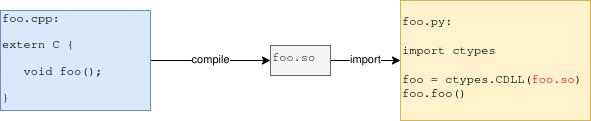
Earlier version of the draw.io export figures/Ctypes_schema.png (W1therhunter/tum-thesis-latex). Source tidied: cells renumbered, new cells last; positions are measured from the earlier drawing's top-left corner, leaving out a move shared by most shapes. The source it was exported from:
```xml
<mxGraphModel>
  <root>
    <mxCell id="0" />
    <mxCell id="1" parent="0" />
    <mxCell id="2" value="compile" style="edgeStyle=orthogonalEdgeStyle;rounded=0;jettySize=auto;html=1;" parent="1" edge="1" source="3" target="5">
      <mxGeometry relative="1" as="geometry" />
    </mxCell>
    <mxCell id="3" value="&lt;pre&gt;foo.cpp:&lt;/pre&gt;&lt;pre&gt;extern C {&lt;/pre&gt;&lt;pre&gt;   void foo();&lt;br&gt;&lt;/pre&gt;&lt;pre&gt;}&lt;/pre&gt;" style="rounded=0;whiteSpace=wrap;html=1;align=left;fillColor=#dae8fc;strokeColor=#6c8ebf;" parent="1" vertex="1">
      <mxGeometry y="10" width="150" height="100" as="geometry" />
    </mxCell>
    <mxCell id="4" value="import" style="edgeStyle=orthogonalEdgeStyle;rounded=0;jettySize=auto;html=1;" parent="1" edge="1" source="5" target="6">
      <mxGeometry relative="1" as="geometry" />
    </mxCell>
    <mxCell id="5" value="&lt;pre&gt;foo.so&lt;/pre&gt;" style="whiteSpace=wrap;html=1;align=left;rounded=0;fillColor=#f5f5f5;strokeColor=#666666;fontColor=#333333;" parent="1" vertex="1">
      <mxGeometry x="270" y="45" width="60" height="30" as="geometry" />
    </mxCell>
    <mxCell id="6" value="&lt;pre&gt;foo.py:&lt;br&gt;&lt;br&gt;import ctypes&lt;br&gt;&lt;br&gt;foo = ctypes.CDLL(&lt;font style=&quot;color: rgb(255, 0, 0);&quot;&gt;foo.so&lt;/font&gt;)&lt;br&gt;foo.foo()&lt;/pre&gt;" style="whiteSpace=wrap;html=1;align=left;rounded=0;fillColor=#fff2cc;strokeColor=#d6b656;" parent="1" vertex="1">
      <mxGeometry x="400" width="190" height="120" as="geometry" />
    </mxCell>
  </root>
</mxGraphModel>
```
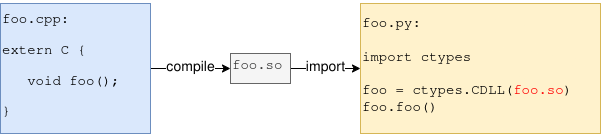
After the commit.

What changed in the source:
```diff
@@ -2,20 +2,20 @@
   <root>
     <mxCell id="0" />
     <mxCell id="1" parent="0" />
-    <mxCell id="2" value="compile" style="edgeStyle=orthogonalEdgeStyle;rounded=0;jettySize=auto;html=1;" parent="1" edge="1" source="3" target="5">
+    <mxCell id="2" value="compile" style="edgeStyle=orthogonalEdgeStyle;rounded=0;jettySize=auto;html=1;fontSize=14;" parent="1" edge="1" source="3" target="5">
       <mxGeometry relative="1" as="geometry" />
     </mxCell>
-    <mxCell id="3" value="&lt;pre&gt;foo.cpp:&lt;/pre&gt;&lt;pre&gt;extern C {&lt;/pre&gt;&lt;pre&gt;   void foo();&lt;br&gt;&lt;/pre&gt;&lt;pre&gt;}&lt;/pre&gt;" style="rounded=0;whiteSpace=wrap;html=1;align=left;fillColor=#dae8fc;strokeColor=#6c8ebf;" parent="1" vertex="1">
-      <mxGeometry y="10" width="150" height="100" as="geometry" />
+    <mxCell id="3" value="&lt;pre&gt;foo.cpp:&lt;/pre&gt;&lt;pre&gt;extern C {&lt;/pre&gt;&lt;pre&gt;   void foo();&lt;br&gt;&lt;/pre&gt;&lt;pre&gt;}&lt;/pre&gt;" style="rounded=0;whiteSpace=wrap;html=1;align=left;fillColor=#dae8fc;strokeColor=#6c8ebf;fontSize=14;" parent="1" vertex="1">
+      <mxGeometry y="10" width="150" height="130" as="geometry" />
     </mxCell>
-    <mxCell id="4" value="import" style="edgeStyle=orthogonalEdgeStyle;rounded=0;jettySize=auto;html=1;" parent="1" edge="1" source="5" target="6">
+    <mxCell id="4" value="import" style="edgeStyle=orthogonalEdgeStyle;rounded=0;jettySize=auto;html=1;fontSize=14;" parent="1" edge="1" source="5" target="6">
       <mxGeometry relative="1" as="geometry" />
     </mxCell>
-    <mxCell id="5" value="&lt;pre&gt;foo.so&lt;/pre&gt;" style="whiteSpace=wrap;html=1;align=left;rounded=0;fillColor=#f5f5f5;strokeColor=#666666;fontColor=#333333;" parent="1" vertex="1">
-      <mxGeometry x="270" y="45" width="60" height="30" as="geometry" />
+    <mxCell id="5" value="&lt;pre&gt;foo.so&lt;/pre&gt;" style="whiteSpace=wrap;html=1;align=left;rounded=0;fillColor=#f5f5f5;strokeColor=#666666;fontColor=#333333;fontSize=14;" parent="1" vertex="1">
+      <mxGeometry x="230" y="60" width="60" height="30" as="geometry" />
     </mxCell>
-    <mxCell id="6" value="&lt;pre&gt;foo.py:&lt;br&gt;&lt;br&gt;import ctypes&lt;br&gt;&lt;br&gt;foo = ctypes.CDLL(&lt;font style=&quot;color: rgb(255, 0, 0);&quot;&gt;foo.so&lt;/font&gt;)&lt;br&gt;foo.foo()&lt;/pre&gt;" style="whiteSpace=wrap;html=1;align=left;rounded=0;fillColor=#fff2cc;strokeColor=#d6b656;" parent="1" vertex="1">
-      <mxGeometry x="400" width="190" height="120" as="geometry" />
+    <mxCell id="6" value="&lt;pre&gt;foo.py:&lt;br&gt;&lt;br&gt;import ctypes&lt;br&gt;&lt;br&gt;foo = ctypes.CDLL(&lt;font style=&quot;color: rgb(255, 0, 0);&quot;&gt;foo.so&lt;/font&gt;)&lt;br&gt;foo.foo()&lt;/pre&gt;" style="whiteSpace=wrap;html=1;align=left;rounded=0;fillColor=#fff2cc;strokeColor=#d6b656;fontSize=14;" parent="1" vertex="1">
+      <mxGeometry x="360" y="10" width="240" height="130" as="geometry" />
     </mxCell>
   </root>
 </mxGraphModel>
```
